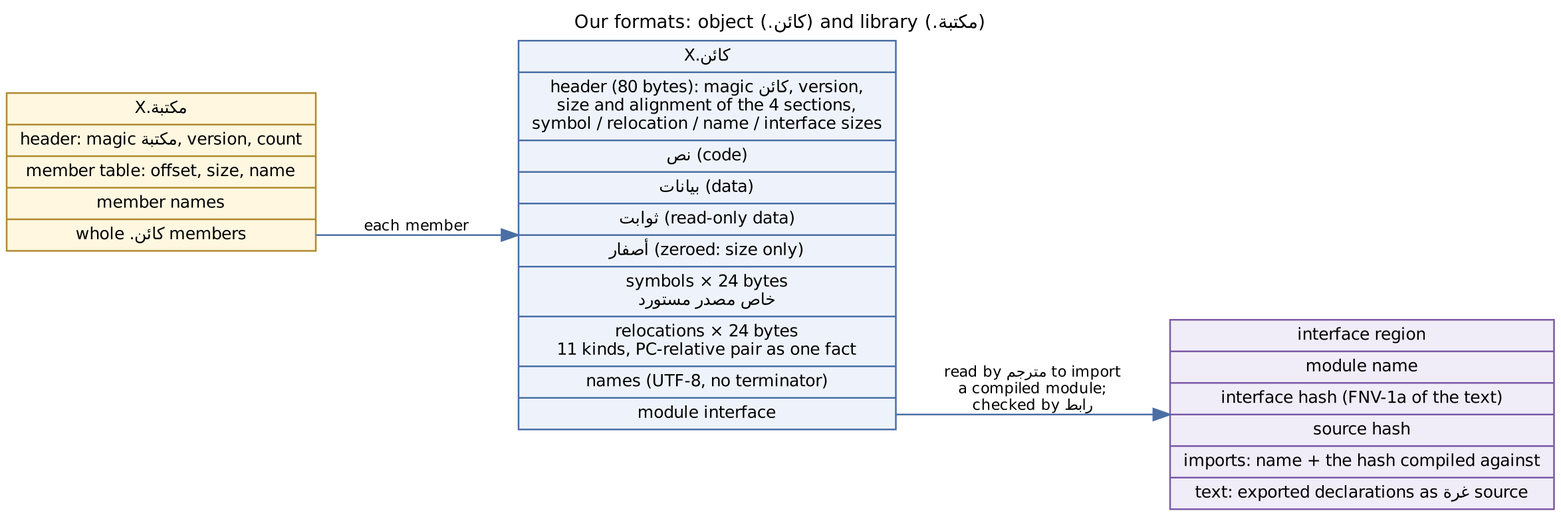
Above: docs/diagrams/objformat.png in MahmoudEmad1491999/arabic-riscv-toolchain (Graphviz), before the change. Its source is kept beside it as docs/diagrams/objformat.dot.
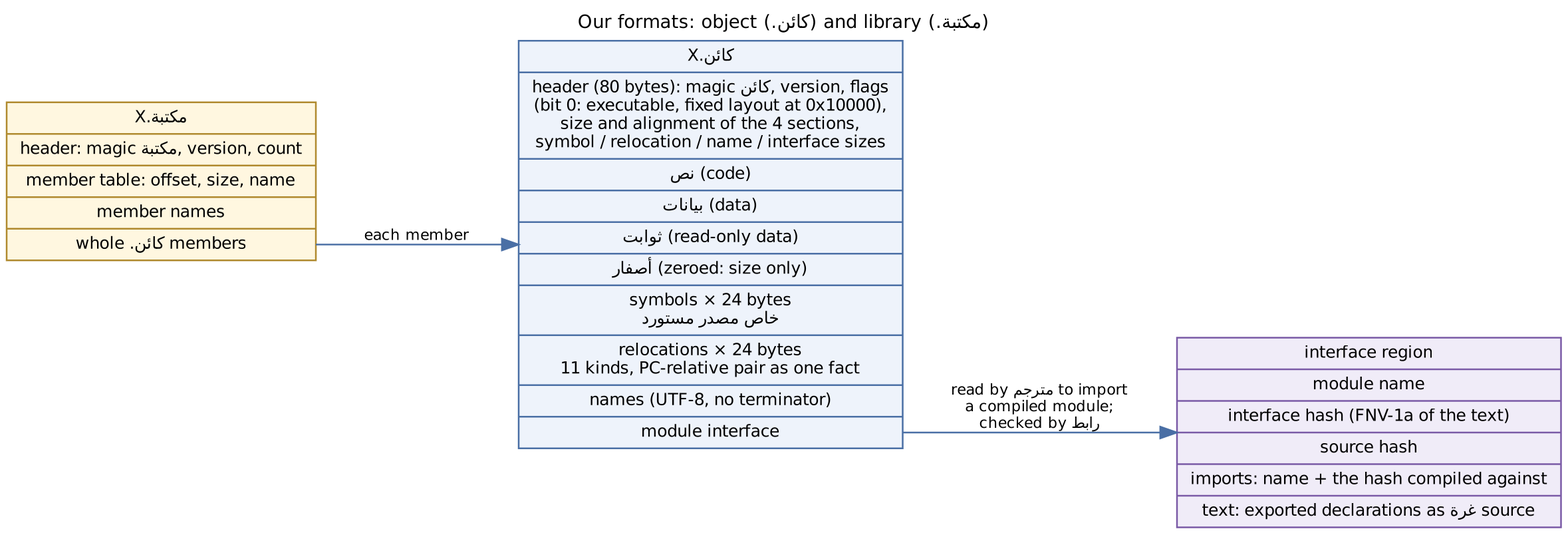
Later version of the same file.

Diff of the diagram source:
```diff
@@ -4,7 +4,7 @@
   node  [fontname="Helvetica", fontsize=10, shape=record, style="filled", fillcolor="#eef3fb", color="#4a6fa5"];
   edge  [fontname="Helvetica", fontsize=9, color="#4a6fa5"];
 
-  obj [label="X.كائن|header (80 bytes): magic كائن, version,\nsize and alignment of the 4 sections,\nsymbol / relocation / name / interface sizes|نص (code)|بيانات (data)|ثوابت (read-only data)|أصفار (zeroed: size only)|<s> symbols × 24 bytes\nخاص  مصدر  مستورد|<r> relocations × 24 bytes\n11 kinds, PC-relative pair as one fact|names (UTF-8, no terminator)|<i> module interface"];
+  obj [label="X.كائن|header (80 bytes): magic كائن, version, flags\n(bit 0: executable, fixed layout at 0x10000),\nsize and alignment of the 4 sections,\nsymbol / relocation / name / interface sizes|نص (code)|بيانات (data)|ثوابت (read-only data)|أصفار (zeroed: size only)|<s> symbols × 24 bytes\nخاص  مصدر  مستورد|<r> relocations × 24 bytes\n11 kinds, PC-relative pair as one fact|names (UTF-8, no terminator)|<i> module interface"];
   ifc [label="interface region|module name|interface hash (FNV-1a of the text)|source hash|imports: name + the hash compiled against|text: exported declarations as غرة source", fillcolor="#f0ecf8", color="#7a5aa6"];
   lib [label="X.مكتبة|header: magic مكتبة, version, count|member table: offset, size, name|member names|<m> whole .كائن members", fillcolor="#fff7e0", color="#b08a2e"];
   obj:i -> ifc [label="read by مترجم to import\na compiled module;\nchecked by رابط"];
```
